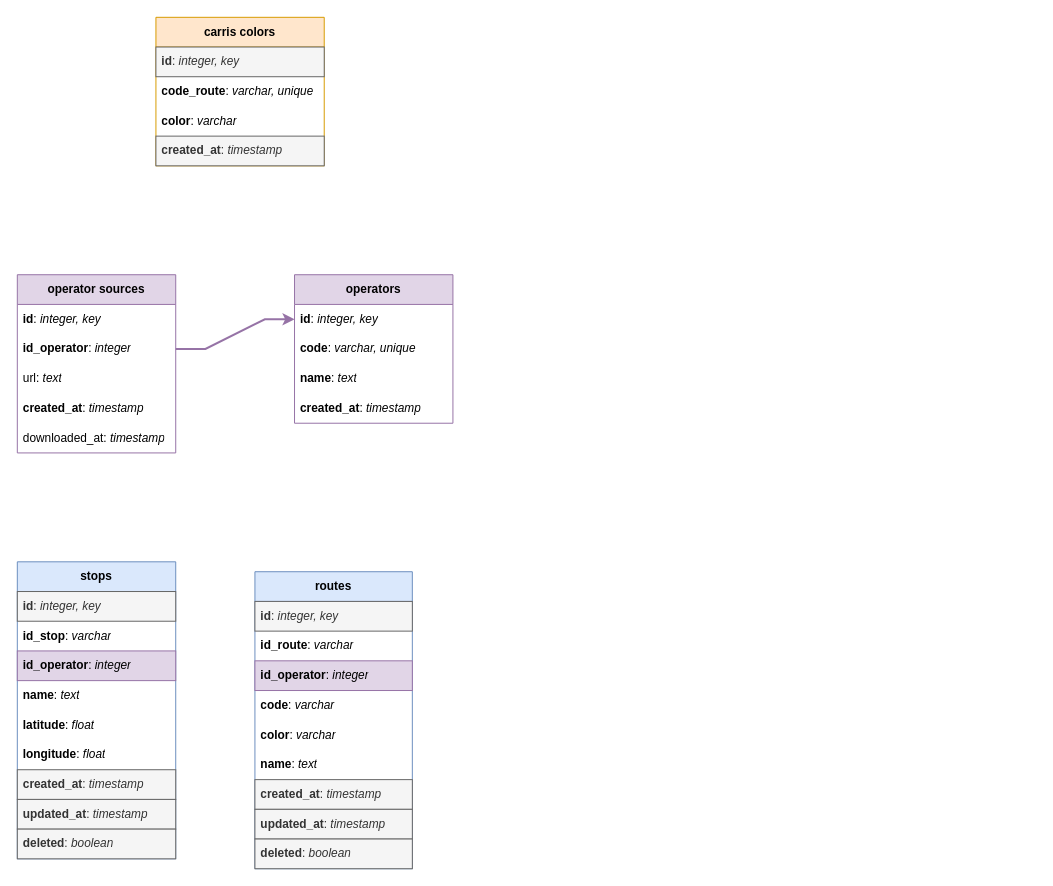
TijoloAzul/TransportesPublicosPortugueses keeps this draw.io diagram as page "A Base de Dados" (3 of 3) of gtfs_diagram.drawio. Above is the earlier version. Source tidied: cells renumbered, new cells numbered last; positions are measured from the earlier drawing's top-left corner, leaving out a move shared by most shapes. Both pictures are drawn from the tidied source at 99%, with x=0, y=0 at pixel (17, 17).
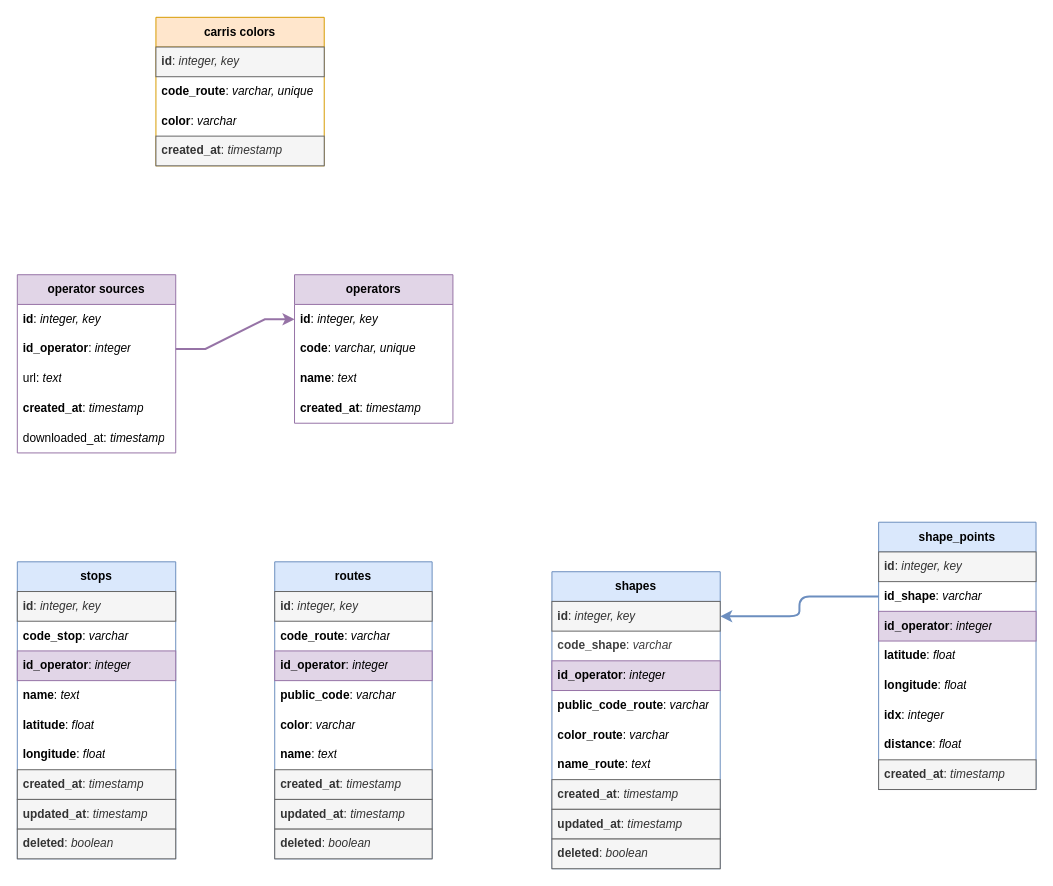
The same page after the edit.

Commit message (it also covers changes not shown here):
Add shape to our system

The change refers to these unchanged cells:
```xml
<mxCell id="29" value="&lt;b&gt;stops&lt;/b&gt;" style="swimlane;fontStyle=0;horizontal=1;startSize=30;whiteSpace=wrap;html=1;fillColor=#dae8fc;strokeColor=#6c8ebf;" parent="1" vertex="1">
  <mxGeometry y="550" width="160" height="300" as="geometry" />
</mxCell>
```

Change to the diagram source:
```diff
@@
     <mxCell id="14" value="&lt;b&gt;routes&lt;/b&gt;" style="swimlane;fontStyle=0;horizontal=1;startSize=30;whiteSpace=wrap;html=1;fillColor=#dae8fc;strokeColor=#6c8ebf;" parent="1" vertex="1">
-      <mxGeometry x="240" y="560" width="159" height="300" as="geometry" />
+      <mxGeometry x="260" y="550" width="159" height="300" as="geometry" />
     </mxCell>
@@
-    <mxCell id="16" value="&lt;b&gt;id_route&lt;/b&gt;:&amp;nbsp;&lt;i&gt;varchar&lt;/i&gt;" style="text;align=left;verticalAlign=middle;spacingLeft=4;spacingRight=4;overflow=hidden;whiteSpace=wrap;html=1;" parent="14" vertex="1">
+    <mxCell id="16" value="&lt;b&gt;code_route&lt;/b&gt;:&amp;nbsp;&lt;i&gt;varchar&lt;/i&gt;" style="text;align=left;verticalAlign=middle;spacingLeft=4;spacingRight=4;overflow=hidden;whiteSpace=wrap;html=1;" parent="14" vertex="1">
       <mxGeometry y="60" width="159" height="30" as="geometry" />
     </mxCell>
@@
-    <mxCell id="18" value="&lt;b&gt;code&lt;/b&gt;: &lt;i&gt;varchar&lt;/i&gt;" style="text;strokeColor=none;fillColor=none;align=left;verticalAlign=middle;spacingLeft=4;spacingRight=4;overflow=hidden;whiteSpace=wrap;html=1;" parent="14" vertex="1">
+    <mxCell id="18" value="&lt;b&gt;public_code&lt;/b&gt;: &lt;i&gt;varchar&lt;/i&gt;" style="text;strokeColor=none;fillColor=none;align=left;verticalAlign=middle;spacingLeft=4;spacingRight=4;overflow=hidden;whiteSpace=wrap;html=1;" parent="14" vertex="1">
       <mxGeometry y="120" width="159" height="30" as="geometry" />
     </mxCell>
@@
-    <mxCell id="31" value="&lt;b&gt;id_stop&lt;/b&gt;: &lt;i&gt;varchar&lt;/i&gt;" style="text;align=left;verticalAlign=middle;spacingLeft=4;spacingRight=4;overflow=hidden;whiteSpace=wrap;html=1;" parent="29" vertex="1">
+    <mxCell id="31" value="&lt;b&gt;code_stop&lt;/b&gt;: &lt;i&gt;varchar&lt;/i&gt;" style="text;align=left;verticalAlign=middle;spacingLeft=4;spacingRight=4;overflow=hidden;whiteSpace=wrap;html=1;" parent="29" vertex="1">
       <mxGeometry y="60" width="160" height="30" as="geometry" />
     </mxCell>
@@
+    <mxCell id="39" value="&lt;b&gt;shapes&lt;/b&gt;" style="swimlane;fontStyle=0;horizontal=1;startSize=30;whiteSpace=wrap;html=1;fillColor=#dae8fc;strokeColor=#6c8ebf;" parent="1" vertex="1">
+      <mxGeometry x="540" y="560" width="170" height="300" as="geometry" />
+    </mxCell>
+    <mxCell id="40" value="&lt;b&gt;id&lt;/b&gt;:&amp;nbsp;&lt;i&gt;integer, key&lt;/i&gt;" style="text;align=left;verticalAlign=middle;spacingLeft=4;spacingRight=4;overflow=hidden;points=[[0,0.5],[1,0.5]];portConstraint=eastwest;whiteSpace=wrap;html=1;fillColor=#f5f5f5;fontColor=#333333;strokeColor=#666666;" parent="39" vertex="1">
+      <mxGeometry y="30" width="170" height="30" as="geometry" />
+    </mxCell>
+    <mxCell id="41" value="&lt;b style=&quot;color: rgb(63, 63, 63); background-color: transparent;&quot;&gt;code_shape&lt;/b&gt;&lt;span style=&quot;color: rgb(63, 63, 63); background-color: transparent;&quot;&gt;:&amp;nbsp;&lt;/span&gt;&lt;i style=&quot;color: rgb(63, 63, 63); background-color: transparent;&quot;&gt;varchar&lt;/i&gt;" style="text;align=left;verticalAlign=middle;spacingLeft=4;spacingRight=4;overflow=hidden;whiteSpace=wrap;html=1;" parent="39" vertex="1">
+      <mxGeometry y="60" width="170" height="30" as="geometry" />
+    </mxCell>
+    <mxCell id="42" value="&lt;b&gt;id_operator&lt;/b&gt;:&amp;nbsp;&lt;i&gt;integer&lt;/i&gt;" style="text;align=left;verticalAlign=middle;spacingLeft=4;spacingRight=4;overflow=hidden;whiteSpace=wrap;html=1;fillColor=#e1d5e7;strokeColor=#9673a6;" parent="39" vertex="1">
+      <mxGeometry y="90" width="170" height="30" as="geometry" />
+    </mxCell>
+    <mxCell id="43" value="&lt;b&gt;public_code_route&lt;/b&gt;: &lt;i&gt;varchar&lt;/i&gt;" style="text;strokeColor=none;fillColor=none;align=left;verticalAlign=middle;spacingLeft=4;spacingRight=4;overflow=hidden;whiteSpace=wrap;html=1;" parent="39" vertex="1">
+      <mxGeometry y="120" width="170" height="30" as="geometry" />
+    </mxCell>
+    <mxCell id="44" value="&lt;b&gt;color_route&lt;/b&gt;: &lt;i&gt;varchar&lt;/i&gt;" style="text;strokeColor=none;fillColor=none;align=left;verticalAlign=middle;spacingLeft=4;spacingRight=4;overflow=hidden;whiteSpace=wrap;html=1;" parent="39" vertex="1">
+      <mxGeometry y="150" width="170" height="30" as="geometry" />
+    </mxCell>
+    <mxCell id="45" value="&lt;b&gt;name_route&lt;/b&gt;: &lt;i&gt;text&lt;/i&gt;" style="text;strokeColor=none;fillColor=none;align=left;verticalAlign=middle;spacingLeft=4;spacingRight=4;overflow=hidden;whiteSpace=wrap;html=1;" parent="39" vertex="1">
+      <mxGeometry y="180" width="170" height="30" as="geometry" />
+    </mxCell>
+    <mxCell id="46" value="&lt;b&gt;created_at&lt;/b&gt;: &lt;i&gt;timestamp&lt;/i&gt;" style="text;strokeColor=#666666;fillColor=#f5f5f5;align=left;verticalAlign=middle;spacingLeft=4;spacingRight=4;overflow=hidden;whiteSpace=wrap;html=1;fontColor=#333333;" parent="39" vertex="1">
+      <mxGeometry y="210" width="170" height="30" as="geometry" />
+    </mxCell>
+    <mxCell id="47" value="&lt;b&gt;updated_at&lt;/b&gt;: &lt;i&gt;timestamp&lt;/i&gt;" style="text;strokeColor=#666666;fillColor=#f5f5f5;align=left;verticalAlign=middle;spacingLeft=4;spacingRight=4;overflow=hidden;whiteSpace=wrap;html=1;fontColor=#333333;" parent="39" vertex="1">
+      <mxGeometry y="240" width="170" height="30" as="geometry" />
+    </mxCell>
+    <mxCell id="48" value="&lt;b&gt;deleted&lt;/b&gt;: &lt;i&gt;boolean&lt;/i&gt;" style="text;strokeColor=#666666;fillColor=#f5f5f5;align=left;verticalAlign=middle;spacingLeft=4;spacingRight=4;overflow=hidden;whiteSpace=wrap;html=1;fontColor=#333333;" parent="39" vertex="1">
+      <mxGeometry y="270" width="170" height="30" as="geometry" />
+    </mxCell>
+    <mxCell id="49" value="&lt;b&gt;shape_points&lt;/b&gt;" style="swimlane;fontStyle=0;horizontal=1;startSize=30;whiteSpace=wrap;html=1;fillColor=#dae8fc;strokeColor=#6c8ebf;" parent="1" vertex="1">
+      <mxGeometry x="870" y="510" width="159" height="270" as="geometry" />
+    </mxCell>
+    <mxCell id="50" value="&lt;b&gt;id&lt;/b&gt;:&amp;nbsp;&lt;i&gt;integer, key&lt;/i&gt;" style="text;align=left;verticalAlign=middle;spacingLeft=4;spacingRight=4;overflow=hidden;whiteSpace=wrap;html=1;fillColor=#f5f5f5;fontColor=#333333;strokeColor=#666666;" parent="49" vertex="1">
+      <mxGeometry y="30" width="159" height="30" as="geometry" />
+    </mxCell>
+    <mxCell id="51" value="&lt;b&gt;id_shape&lt;/b&gt;:&amp;nbsp;&lt;i&gt;varchar&lt;/i&gt;" style="text;align=left;verticalAlign=middle;spacingLeft=4;spacingRight=4;overflow=hidden;points=[[0,0.5],[1,0.5]];portConstraint=eastwest;whiteSpace=wrap;html=1;" parent="49" vertex="1">
+      <mxGeometry y="60" width="159" height="30" as="geometry" />
+    </mxCell>
+    <mxCell id="52" value="&lt;b&gt;id_operator&lt;/b&gt;:&amp;nbsp;&lt;i&gt;integer&lt;/i&gt;" style="text;align=left;verticalAlign=middle;spacingLeft=4;spacingRight=4;overflow=hidden;whiteSpace=wrap;html=1;fillColor=#e1d5e7;strokeColor=#9673a6;" parent="49" vertex="1">
+      <mxGeometry y="90" width="159" height="30" as="geometry" />
+    </mxCell>
+    <mxCell id="53" value="&lt;b&gt;latitude&lt;/b&gt;: &lt;i&gt;float&lt;/i&gt;" style="text;strokeColor=none;fillColor=none;align=left;verticalAlign=middle;spacingLeft=4;spacingRight=4;overflow=hidden;whiteSpace=wrap;html=1;" parent="49" vertex="1">
+      <mxGeometry y="120" width="159" height="30" as="geometry" />
+    </mxCell>
+    <mxCell id="54" value="&lt;b&gt;longitude&lt;/b&gt;: &lt;i&gt;float&lt;/i&gt;" style="text;strokeColor=none;fillColor=none;align=left;verticalAlign=middle;spacingLeft=4;spacingRight=4;overflow=hidden;whiteSpace=wrap;html=1;" parent="49" vertex="1">
+      <mxGeometry y="150" width="159" height="30" as="geometry" />
+    </mxCell>
+    <mxCell id="55" value="&lt;b&gt;idx&lt;/b&gt;: &lt;i&gt;integer&lt;/i&gt;" style="text;strokeColor=none;fillColor=none;align=left;verticalAlign=middle;spacingLeft=4;spacingRight=4;overflow=hidden;whiteSpace=wrap;html=1;" parent="49" vertex="1">
+      <mxGeometry y="180" width="159" height="30" as="geometry" />
+    </mxCell>
+    <mxCell id="56" value="&lt;b&gt;distance&lt;/b&gt;: &lt;i&gt;float&lt;/i&gt;" style="text;strokeColor=none;fillColor=none;align=left;verticalAlign=middle;spacingLeft=4;spacingRight=4;overflow=hidden;whiteSpace=wrap;html=1;" parent="49" vertex="1">
+      <mxGeometry y="210" width="159" height="30" as="geometry" />
+    </mxCell>
+    <mxCell id="57" value="&lt;b&gt;created_at&lt;/b&gt;: &lt;i&gt;timestamp&lt;/i&gt;" style="text;strokeColor=#666666;fillColor=#f5f5f5;align=left;verticalAlign=middle;spacingLeft=4;spacingRight=4;overflow=hidden;whiteSpace=wrap;html=1;fontColor=#333333;" parent="49" vertex="1">
+      <mxGeometry y="240" width="159" height="30" as="geometry" />
+    </mxCell>
+    <mxCell id="58" style="edgeStyle=orthogonalEdgeStyle;html=1;fillColor=#dae8fc;strokeColor=#6c8ebf;strokeWidth=2;" parent="1" edge="1" source="51" target="40">
+      <mxGeometry relative="1" as="geometry" />
+    </mxCell>
```
